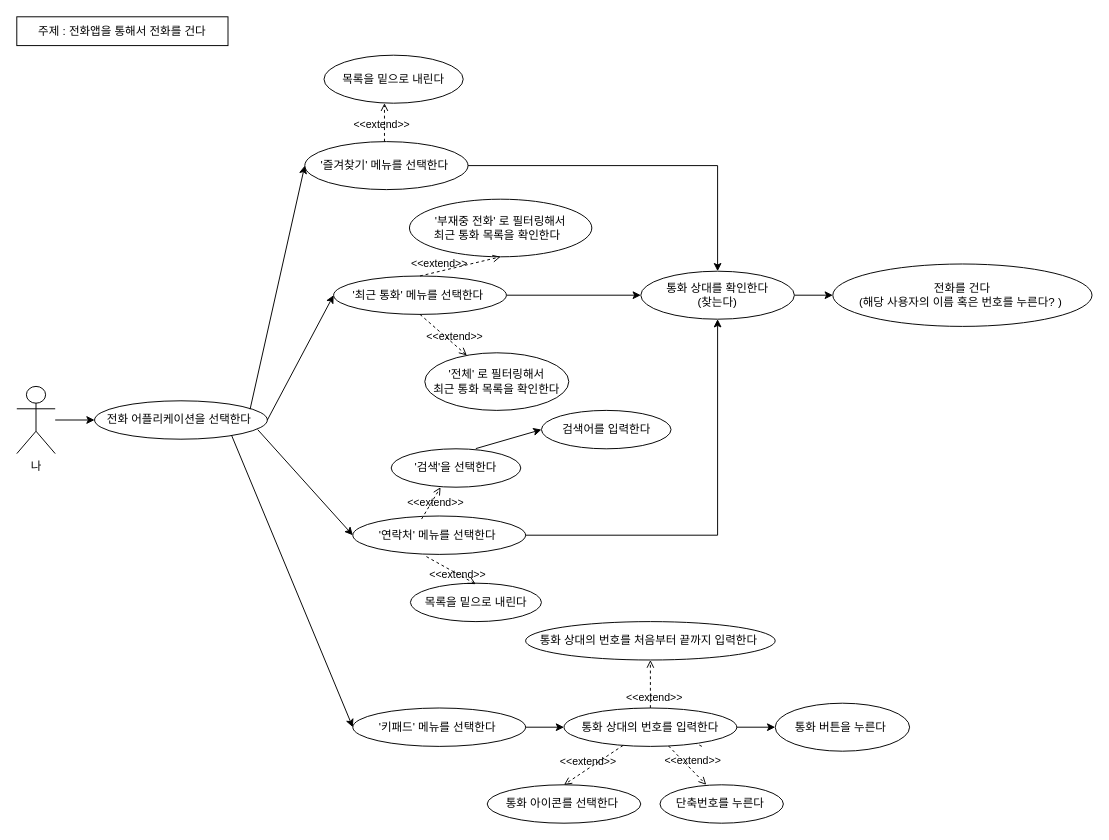
The draw.io diagram usecase_diagram/app.drawio in Jin-bright/diagram_study, before the edit. Source tidied: cells renumbered, new cells numbered last; positions are measured from the earlier drawing's top-left corner, leaving out a move shared by most shapes. Both pictures are drawn from the tidied source at 96%, with x=0, y=0 at pixel (16, 16).
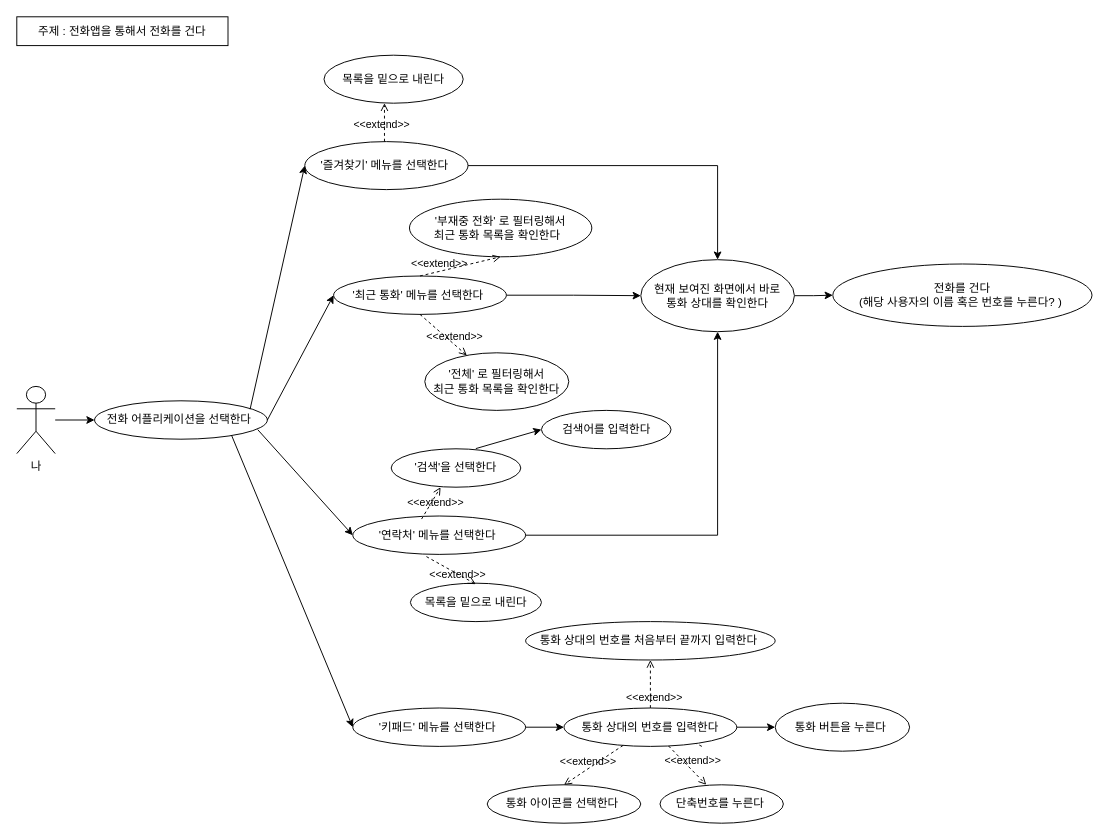
The same diagram, later.

What changed in the source:
```diff
@@
-    <mxCell id="16" value="통화 상대를 확인한다&lt;br&gt;(찾는다)" style="ellipse;whiteSpace=wrap;html=1;" parent="1" vertex="1">
-      <mxGeometry x="650" y="265" width="160" height="50" as="geometry" />
+    <mxCell id="16" value="현재 보여진 화면에서 바로 &lt;br&gt;통화 상대를 확인한다" style="ellipse;whiteSpace=wrap;html=1;" parent="1" vertex="1">
+      <mxGeometry x="650" y="253" width="160" height="75" as="geometry" />
     </mxCell>
```
